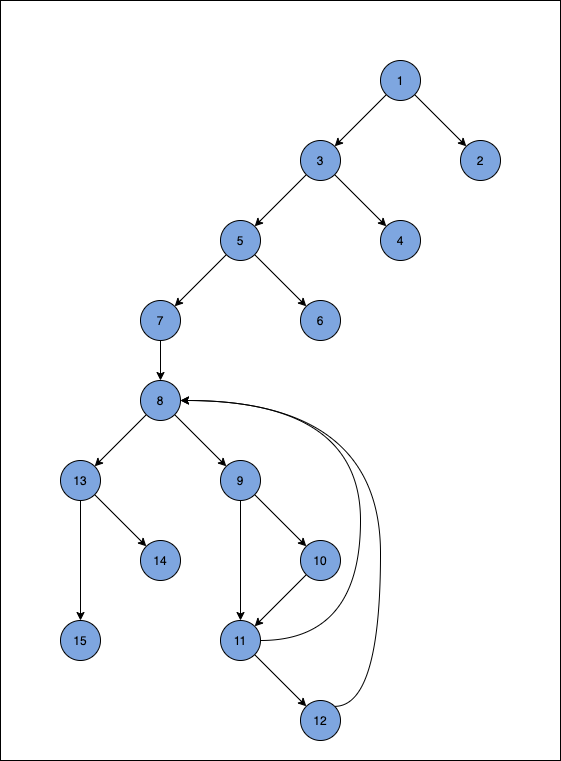
Earlier version of the draw.io export control-flow-diagram.png (MrAndrej20/SI_lab2_141213). Source tidied: cells renumbered, new cells last; positions are measured from the earlier drawing's top-left corner, leaving out a move shared by most shapes. Source of this version:
```xml
<mxGraphModel>
  <root>
    <mxCell id="0" />
    <mxCell id="1" parent="0" />
    <mxCell id="2" style="rounded=0;whiteSpace=wrap;html=1;" parent="1" vertex="1">
      <mxGeometry width="560" height="760" as="geometry" />
    </mxCell>
    <mxCell id="3" style="edgeStyle=none;rounded=0;jettySize=auto;html=1;exitX=0;exitY=1;exitDx=0;exitDy=0;entryX=1;entryY=0;entryDx=0;entryDy=0;endArrow=classic;endFill=1;" parent="1" edge="1" source="5" target="9">
      <mxGeometry relative="1" as="geometry" />
    </mxCell>
    <mxCell id="4" style="edgeStyle=none;rounded=0;jettySize=auto;html=1;exitX=1;exitY=1;exitDx=0;exitDy=0;entryX=0;entryY=0;entryDx=0;entryDy=0;endArrow=classic;endFill=1;" parent="1" edge="1" source="5" target="6">
      <mxGeometry relative="1" as="geometry" />
    </mxCell>
    <mxCell id="5" value="1" style="ellipse;whiteSpace=wrap;html=1;fillColor=#7EA6E0;" parent="1" vertex="1">
      <mxGeometry x="380" y="60" width="40" height="40" as="geometry" />
    </mxCell>
    <mxCell id="6" value="2" style="ellipse;whiteSpace=wrap;html=1;fillColor=#7EA6E0;" parent="1" vertex="1">
      <mxGeometry x="460" y="140" width="40" height="40" as="geometry" />
    </mxCell>
    <mxCell id="7" style="edgeStyle=none;rounded=0;jettySize=auto;html=1;exitX=1;exitY=1;exitDx=0;exitDy=0;entryX=0;entryY=0;entryDx=0;entryDy=0;endArrow=classic;endFill=1;" parent="1" edge="1" source="9" target="10">
      <mxGeometry relative="1" as="geometry" />
    </mxCell>
    <mxCell id="8" style="edgeStyle=none;rounded=0;jettySize=auto;html=1;exitX=0;exitY=1;exitDx=0;exitDy=0;entryX=1;entryY=0;entryDx=0;entryDy=0;endArrow=classic;endFill=1;" parent="1" edge="1" source="9" target="13">
      <mxGeometry relative="1" as="geometry" />
    </mxCell>
    <mxCell id="9" value="3" style="ellipse;whiteSpace=wrap;html=1;fillColor=#7EA6E0;" parent="1" vertex="1">
      <mxGeometry x="300" y="140" width="40" height="40" as="geometry" />
    </mxCell>
    <mxCell id="10" value="4" style="ellipse;whiteSpace=wrap;html=1;fillColor=#7EA6E0;" parent="1" vertex="1">
      <mxGeometry x="380" y="220" width="40" height="40" as="geometry" />
    </mxCell>
    <mxCell id="11" style="edgeStyle=none;rounded=0;jettySize=auto;html=1;exitX=1;exitY=1;exitDx=0;exitDy=0;entryX=0;entryY=0;entryDx=0;entryDy=0;endArrow=classic;endFill=1;" parent="1" edge="1" source="13" target="14">
      <mxGeometry relative="1" as="geometry" />
    </mxCell>
    <mxCell id="12" style="edgeStyle=none;rounded=0;jettySize=auto;html=1;exitX=0;exitY=1;exitDx=0;exitDy=0;entryX=1;entryY=0;entryDx=0;entryDy=0;endArrow=classic;endFill=1;" parent="1" edge="1" source="13" target="25">
      <mxGeometry relative="1" as="geometry" />
    </mxCell>
    <mxCell id="13" value="5" style="ellipse;whiteSpace=wrap;html=1;fillColor=#7EA6E0;" parent="1" vertex="1">
      <mxGeometry x="220" y="220" width="40" height="40" as="geometry" />
    </mxCell>
    <mxCell id="14" value="6" style="ellipse;whiteSpace=wrap;html=1;fillColor=#7EA6E0;" parent="1" vertex="1">
      <mxGeometry x="300" y="300" width="40" height="40" as="geometry" />
    </mxCell>
    <mxCell id="15" value="14" style="ellipse;whiteSpace=wrap;html=1;fillColor=#7EA6E0;" parent="1" vertex="1">
      <mxGeometry x="140" y="540" width="40" height="40" as="geometry" />
    </mxCell>
    <mxCell id="16" style="edgeStyle=none;rounded=0;jettySize=auto;html=1;exitX=1;exitY=1;exitDx=0;exitDy=0;entryX=0;entryY=0;entryDx=0;entryDy=0;endArrow=classic;endFill=1;" parent="1" edge="1" source="18" target="15">
      <mxGeometry relative="1" as="geometry" />
    </mxCell>
    <mxCell id="17" style="edgeStyle=none;rounded=0;jettySize=auto;html=1;exitX=0.5;exitY=1;exitDx=0;exitDy=0;entryX=0.5;entryY=0;entryDx=0;entryDy=0;endArrow=classic;endFill=1;" parent="1" edge="1" source="18" target="34">
      <mxGeometry relative="1" as="geometry" />
    </mxCell>
    <mxCell id="18" value="13" style="ellipse;whiteSpace=wrap;html=1;fillColor=#7EA6E0;" parent="1" vertex="1">
      <mxGeometry x="60" y="460" width="40" height="40" as="geometry" />
    </mxCell>
    <mxCell id="19" style="edgeStyle=none;rounded=0;jettySize=auto;html=1;exitX=1;exitY=1;exitDx=0;exitDy=0;entryX=0;entryY=0;entryDx=0;entryDy=0;endArrow=classic;endFill=1;" parent="1" edge="1" source="21" target="23">
      <mxGeometry relative="1" as="geometry" />
    </mxCell>
    <mxCell id="20" style="edgeStyle=orthogonalEdgeStyle;rounded=0;jettySize=auto;html=1;exitX=1;exitY=0.5;exitDx=0;exitDy=0;entryX=1;entryY=0.5;entryDx=0;entryDy=0;endArrow=classic;endFill=1;curved=1;" parent="1" edge="1" source="21" target="33">
      <mxGeometry relative="1" as="geometry">
        <Array as="points">
          <mxPoint x="360" y="640" />
          <mxPoint x="360" y="400" />
        </Array>
      </mxGeometry>
    </mxCell>
    <mxCell id="21" value="11" style="ellipse;whiteSpace=wrap;html=1;fillColor=#7EA6E0;" parent="1" vertex="1">
      <mxGeometry x="220" y="620" width="40" height="40" as="geometry" />
    </mxCell>
    <mxCell id="22" style="edgeStyle=orthogonalEdgeStyle;rounded=0;jettySize=auto;html=1;exitX=1;exitY=0;exitDx=0;exitDy=0;entryX=1;entryY=0.5;entryDx=0;entryDy=0;endArrow=classic;endFill=1;curved=1;" parent="1" edge="1" source="23" target="33">
      <mxGeometry relative="1" as="geometry">
        <Array as="points">
          <mxPoint x="380" y="706" />
          <mxPoint x="380" y="400" />
        </Array>
      </mxGeometry>
    </mxCell>
    <mxCell id="23" value="12" style="ellipse;whiteSpace=wrap;html=1;fillColor=#7EA6E0;" parent="1" vertex="1">
      <mxGeometry x="300" y="700" width="40" height="40" as="geometry" />
    </mxCell>
    <mxCell id="24" style="edgeStyle=none;rounded=0;jettySize=auto;html=1;exitX=0.5;exitY=1;exitDx=0;exitDy=0;entryX=0.5;entryY=0;entryDx=0;entryDy=0;endArrow=classic;endFill=1;" parent="1" edge="1" source="25" target="33">
      <mxGeometry relative="1" as="geometry" />
    </mxCell>
    <mxCell id="25" value="7" style="ellipse;whiteSpace=wrap;html=1;fillColor=#7EA6E0;" parent="1" vertex="1">
      <mxGeometry x="140" y="300" width="40" height="40" as="geometry" />
    </mxCell>
    <mxCell id="26" style="edgeStyle=none;rounded=0;jettySize=auto;html=1;exitX=0;exitY=1;exitDx=0;exitDy=0;entryX=1;entryY=0;entryDx=0;entryDy=0;endArrow=classic;endFill=1;" parent="1" edge="1" source="27" target="21">
      <mxGeometry relative="1" as="geometry" />
    </mxCell>
    <mxCell id="27" value="10" style="ellipse;whiteSpace=wrap;html=1;fillColor=#7EA6E0;" parent="1" vertex="1">
      <mxGeometry x="300" y="540" width="40" height="40" as="geometry" />
    </mxCell>
    <mxCell id="28" style="edgeStyle=none;rounded=0;jettySize=auto;html=1;exitX=1;exitY=1;exitDx=0;exitDy=0;entryX=0;entryY=0;entryDx=0;entryDy=0;endArrow=classic;endFill=1;" parent="1" edge="1" source="30" target="27">
      <mxGeometry relative="1" as="geometry" />
    </mxCell>
    <mxCell id="29" style="edgeStyle=none;rounded=0;jettySize=auto;html=1;exitX=0.5;exitY=1;exitDx=0;exitDy=0;entryX=0.5;entryY=0;entryDx=0;entryDy=0;endArrow=classic;endFill=1;" parent="1" edge="1" source="30" target="21">
      <mxGeometry relative="1" as="geometry" />
    </mxCell>
    <mxCell id="30" value="9" style="ellipse;whiteSpace=wrap;html=1;fillColor=#7EA6E0;" parent="1" vertex="1">
      <mxGeometry x="220" y="460" width="40" height="40" as="geometry" />
    </mxCell>
    <mxCell id="31" style="edgeStyle=none;rounded=0;jettySize=auto;html=1;exitX=1;exitY=1;exitDx=0;exitDy=0;entryX=0;entryY=0;entryDx=0;entryDy=0;endArrow=classic;endFill=1;" parent="1" edge="1" source="33" target="30">
      <mxGeometry relative="1" as="geometry" />
    </mxCell>
    <mxCell id="32" style="edgeStyle=none;rounded=0;jettySize=auto;html=1;exitX=0;exitY=1;exitDx=0;exitDy=0;entryX=1;entryY=0;entryDx=0;entryDy=0;endArrow=classic;endFill=1;" parent="1" edge="1" source="33" target="18">
      <mxGeometry relative="1" as="geometry" />
    </mxCell>
    <mxCell id="33" value="8" style="ellipse;whiteSpace=wrap;html=1;fillColor=#7EA6E0;" parent="1" vertex="1">
      <mxGeometry x="140" y="380" width="40" height="40" as="geometry" />
    </mxCell>
    <mxCell id="34" value="15" style="ellipse;whiteSpace=wrap;html=1;fillColor=#7EA6E0;" parent="1" vertex="1">
      <mxGeometry x="60" y="620" width="40" height="40" as="geometry" />
    </mxCell>
  </root>
</mxGraphModel>
```
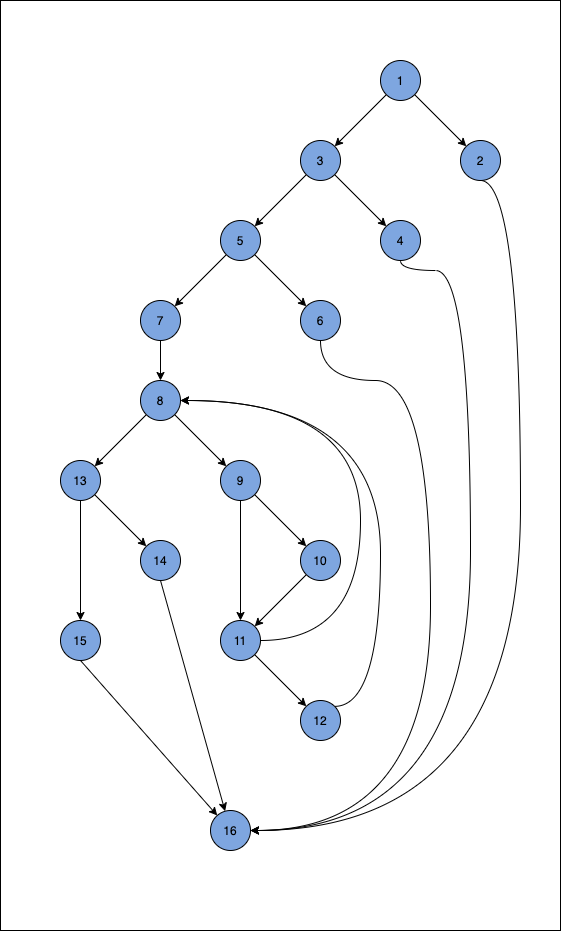
Above is the later version.

Commit message:
updated control-flow-diagram, description for cyclomatic complexity

What changed in the source:
```diff
@@ -2,9 +2,9 @@
   <root>
     <mxCell id="0" />
     <mxCell id="1" parent="0" />
-    <mxCell id="2" style="rounded=0;whiteSpace=wrap;html=1;" parent="1" vertex="1">
-      <mxGeometry width="560" height="760" as="geometry" />
-    </mxCell>
+    <mxCell id="35" style="rounded=0;whiteSpace=wrap;html=1;" parent="1" vertex="1">
+      <mxGeometry width="560" height="930" as="geometry" />
+    </mxCell>
     <mxCell id="3" style="edgeStyle=none;rounded=0;jettySize=auto;html=1;exitX=0;exitY=1;exitDx=0;exitDy=0;entryX=1;entryY=0;entryDx=0;entryDy=0;endArrow=classic;endFill=1;" parent="1" edge="1" source="5" target="9">
       <mxGeometry relative="1" as="geometry" />
     </mxCell>
@@ -14,6 +14,14 @@
     <mxCell id="5" value="1" style="ellipse;whiteSpace=wrap;html=1;fillColor=#7EA6E0;" parent="1" vertex="1">
       <mxGeometry x="380" y="60" width="40" height="40" as="geometry" />
     </mxCell>
+    <mxCell id="36" style="edgeStyle=orthogonalEdgeStyle;curved=1;rounded=0;jettySize=auto;html=1;exitX=0.5;exitY=1;exitDx=0;exitDy=0;" parent="1" edge="1" source="6" target="41">
+      <mxGeometry relative="1" as="geometry">
+        <Array as="points">
+          <mxPoint x="520" y="180" />
+          <mxPoint x="520" y="830" />
+        </Array>
+      </mxGeometry>
+    </mxCell>
     <mxCell id="6" value="2" style="ellipse;whiteSpace=wrap;html=1;fillColor=#7EA6E0;" parent="1" vertex="1">
       <mxGeometry x="460" y="140" width="40" height="40" as="geometry" />
     </mxCell>
@@ -26,6 +34,15 @@
     <mxCell id="9" value="3" style="ellipse;whiteSpace=wrap;html=1;fillColor=#7EA6E0;" parent="1" vertex="1">
       <mxGeometry x="300" y="140" width="40" height="40" as="geometry" />
     </mxCell>
+    <mxCell id="37" style="edgeStyle=orthogonalEdgeStyle;curved=1;rounded=0;jettySize=auto;html=1;exitX=0.5;exitY=1;exitDx=0;exitDy=0;" parent="1" edge="1" source="10" target="41">
+      <mxGeometry relative="1" as="geometry">
+        <Array as="points">
+          <mxPoint x="400" y="270" />
+          <mxPoint x="470" y="270" />
+          <mxPoint x="470" y="830" />
+        </Array>
+      </mxGeometry>
+    </mxCell>
     <mxCell id="10" value="4" style="ellipse;whiteSpace=wrap;html=1;fillColor=#7EA6E0;" parent="1" vertex="1">
       <mxGeometry x="380" y="220" width="40" height="40" as="geometry" />
     </mxCell>
@@ -38,9 +55,21 @@
     <mxCell id="13" value="5" style="ellipse;whiteSpace=wrap;html=1;fillColor=#7EA6E0;" parent="1" vertex="1">
       <mxGeometry x="220" y="220" width="40" height="40" as="geometry" />
     </mxCell>
+    <mxCell id="38" style="edgeStyle=orthogonalEdgeStyle;rounded=0;jettySize=auto;html=1;exitX=0.5;exitY=1;exitDx=0;exitDy=0;curved=1;" parent="1" edge="1" source="14" target="41">
+      <mxGeometry relative="1" as="geometry">
+        <Array as="points">
+          <mxPoint x="320" y="380" />
+          <mxPoint x="430" y="380" />
+          <mxPoint x="430" y="830" />
+        </Array>
+      </mxGeometry>
+    </mxCell>
     <mxCell id="14" value="6" style="ellipse;whiteSpace=wrap;html=1;fillColor=#7EA6E0;" parent="1" vertex="1">
       <mxGeometry x="300" y="300" width="40" height="40" as="geometry" />
     </mxCell>
+    <mxCell id="39" style="edgeStyle=none;rounded=0;jettySize=auto;html=1;exitX=0.5;exitY=1;exitDx=0;exitDy=0;" parent="1" edge="1" source="15" target="41">
+      <mxGeometry relative="1" as="geometry" />
+    </mxCell>
     <mxCell id="15" value="14" style="ellipse;whiteSpace=wrap;html=1;fillColor=#7EA6E0;" parent="1" vertex="1">
       <mxGeometry x="140" y="540" width="40" height="40" as="geometry" />
     </mxCell>
@@ -108,8 +137,14 @@
     <mxCell id="33" value="8" style="ellipse;whiteSpace=wrap;html=1;fillColor=#7EA6E0;" parent="1" vertex="1">
       <mxGeometry x="140" y="380" width="40" height="40" as="geometry" />
     </mxCell>
+    <mxCell id="40" style="rounded=0;jettySize=auto;html=1;exitX=0.5;exitY=1;exitDx=0;exitDy=0;" parent="1" edge="1" source="34" target="41">
+      <mxGeometry relative="1" as="geometry" />
+    </mxCell>
     <mxCell id="34" value="15" style="ellipse;whiteSpace=wrap;html=1;fillColor=#7EA6E0;" parent="1" vertex="1">
       <mxGeometry x="60" y="620" width="40" height="40" as="geometry" />
     </mxCell>
+    <mxCell id="41" value="16" style="ellipse;whiteSpace=wrap;html=1;fillColor=#7EA6E0;" parent="1" vertex="1">
+      <mxGeometry x="210" y="810" width="40" height="40" as="geometry" />
+    </mxCell>
   </root>
 </mxGraphModel>
```
